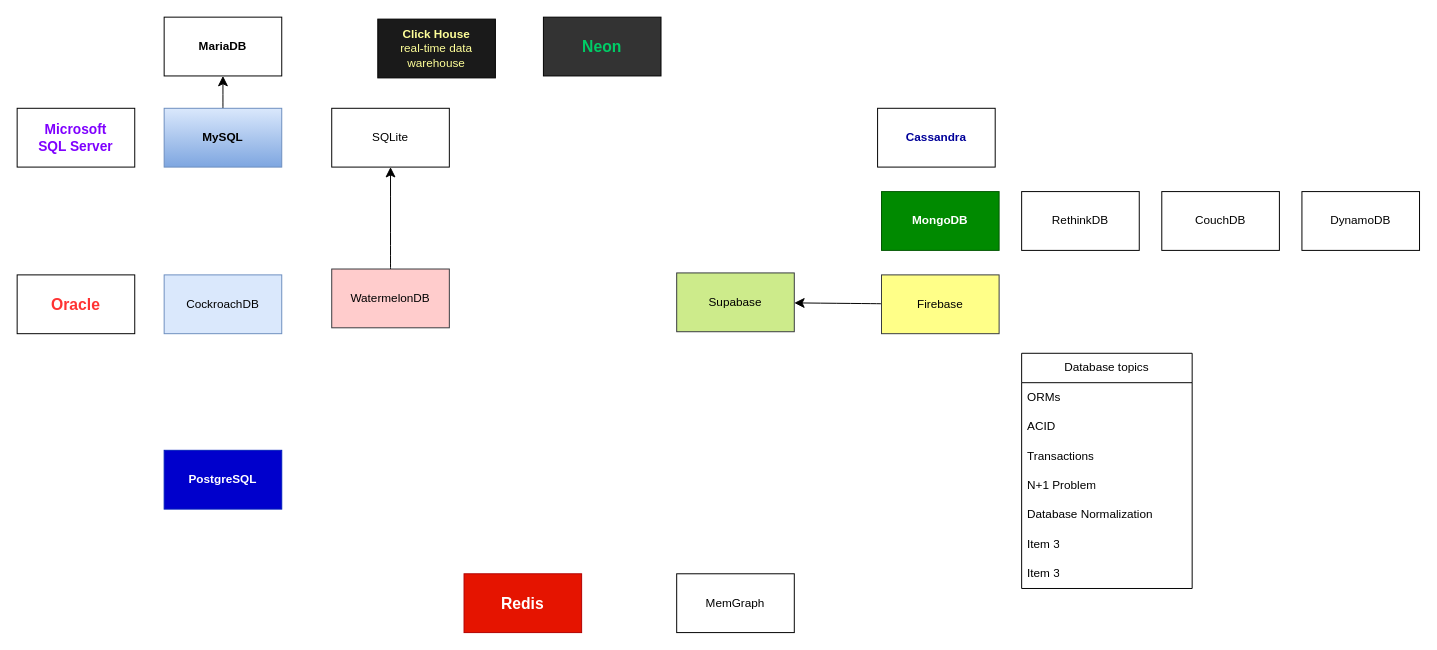
This is page "Database" (3 of 5) of Link_Bookmarks.drawio from sunflynf/diagram-only, a draw.io file, before an edit. Source tidied: cells renumbered, new cells numbered last; positions are measured from the earlier drawing's top-left corner, leaving out a move shared by most shapes. Both pictures are drawn from the tidied source at 98%, with x=0, y=0 at pixel (17, 17).
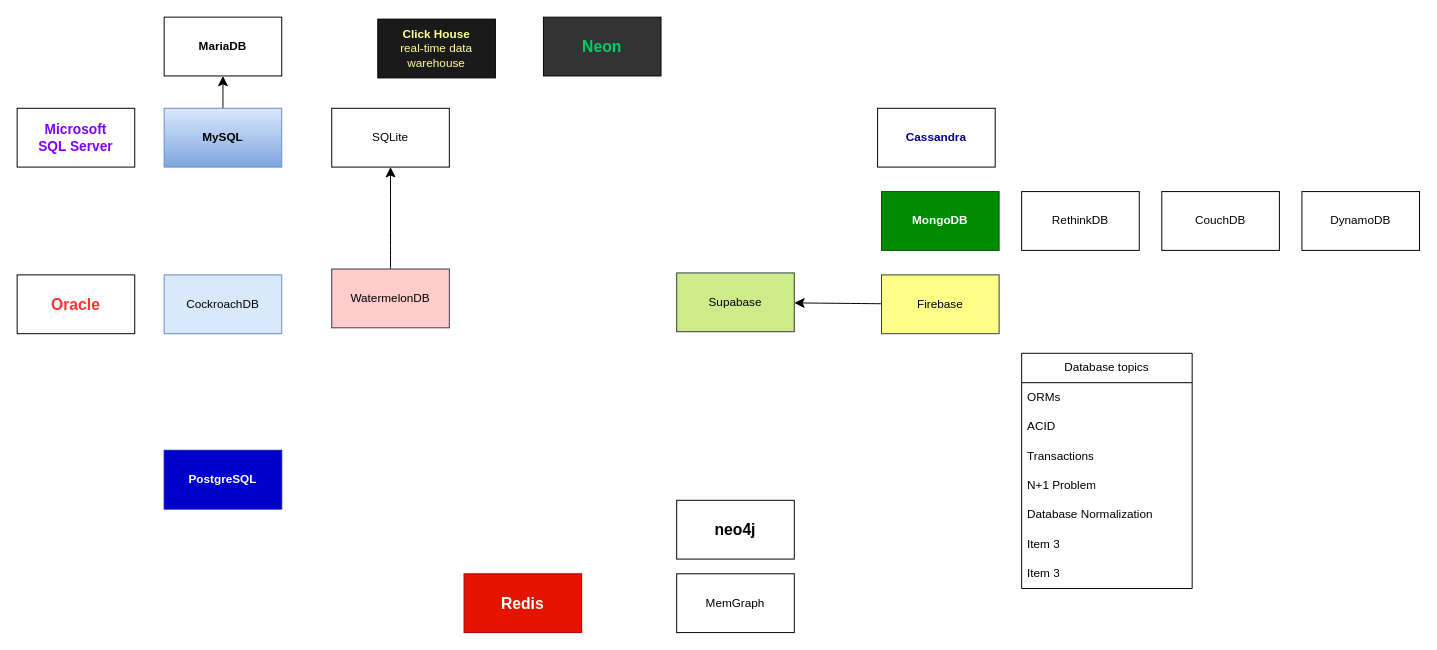
Above is the later version.

What changed in the source:
```diff
@@
+    <mxCell id="32" value="neo4j" style="whiteSpace=wrap;html=1;fontStyle=1;fontFamily=Helvetica;fontSize=16;" parent="1" vertex="1">
+      <mxGeometry x="673" y="493" width="120" height="60" as="geometry" />
+    </mxCell>
```
